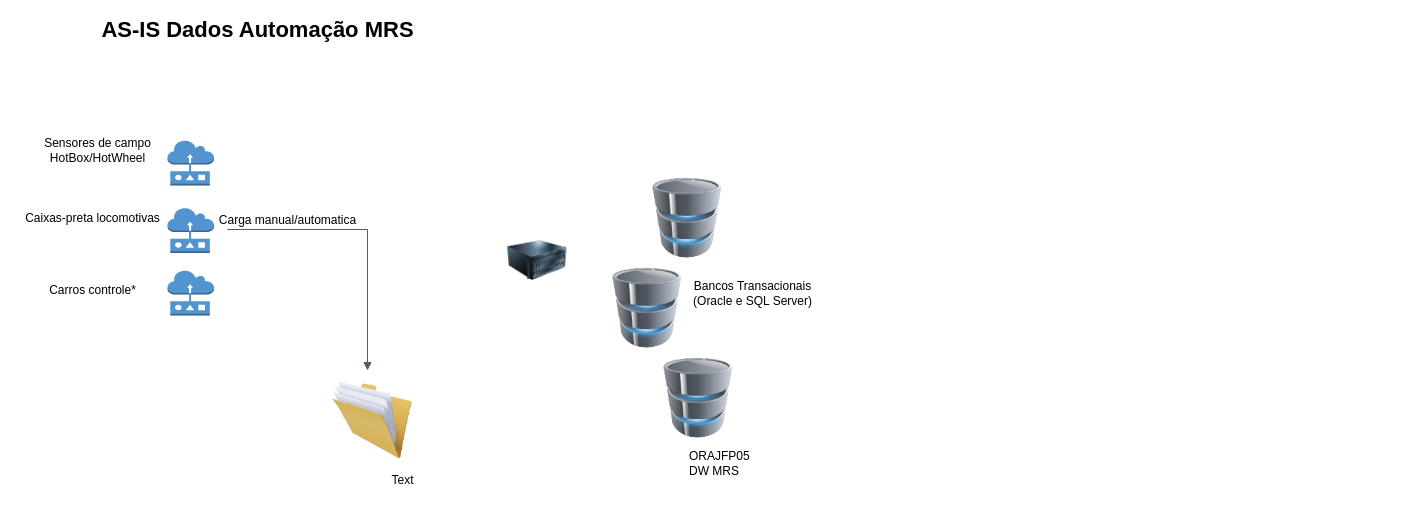
Earlier version of the draw.io diagram as_is_AUTOMACAO.drawio (rafaelr00/arquitetura). Source tidied: cells renumbered, new cells numbered last; positions are measured from the earlier drawing's top-left corner, leaving out a move shared by most shapes. Both pictures are drawn from the tidied source at 100%, with x=0, y=0 at pixel (17, 20).
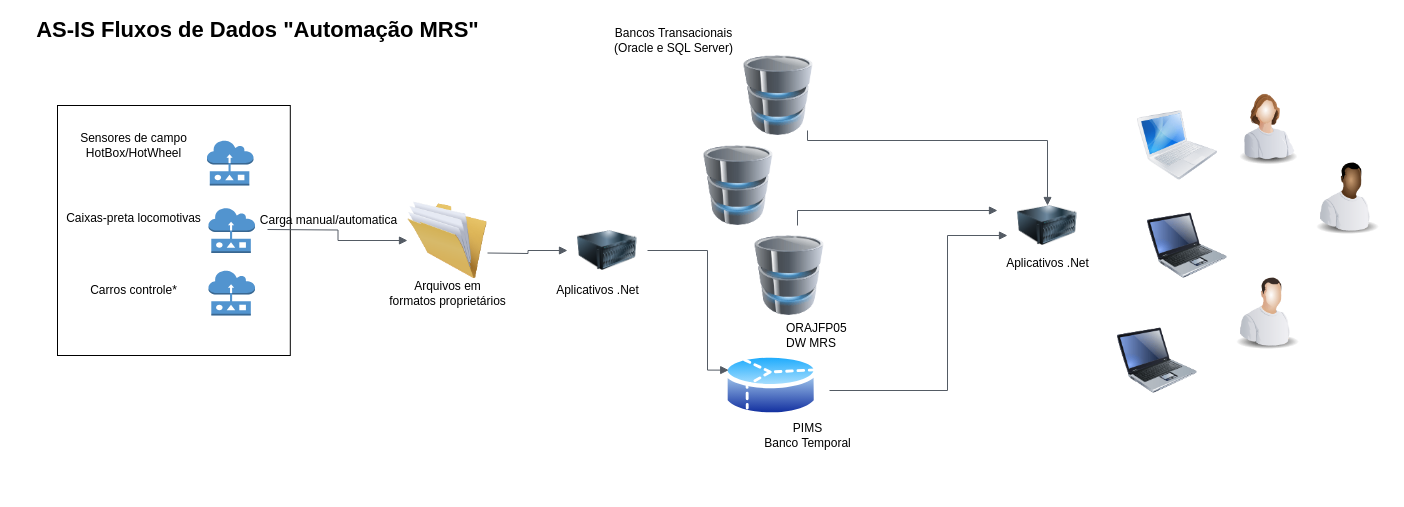
The same page after the edit.

Diff of the diagram source:
```diff
@@
+    <mxCell id="19" style="rounded=0;whiteSpace=wrap;html=1;align=left;" parent="1" vertex="1">
+      <mxGeometry x="40" y="85" width="232.8" height="250" as="geometry" />
+    </mxCell>
     <mxCell id="2" style="image;html=1;labelBackgroundColor=#ffffff;image=img/lib/clip_art/computers/Database_128x128.png;" parent="1" vertex="1">
-      <mxGeometry x="630" y="157.5" width="80" height="80" as="geometry" />
+      <mxGeometry x="721" y="35" width="80" height="80" as="geometry" />
     </mxCell>
     <mxCell id="3" style="image;html=1;labelBackgroundColor=#ffffff;image=img/lib/clip_art/computers/Database_128x128.png;" parent="1" vertex="1">
-      <mxGeometry x="590" y="247.5" width="80" height="80" as="geometry" />
+      <mxGeometry x="681" y="125" width="80" height="80" as="geometry" />
     </mxCell>
     <mxCell id="4" style="image;html=1;labelBackgroundColor=#ffffff;image=img/lib/clip_art/computers/Database_128x128.png;" parent="1" vertex="1">
-      <mxGeometry x="641" y="337.5" width="80" height="80" as="geometry" />
+      <mxGeometry x="732" y="215" width="80" height="80" as="geometry" />
     </mxCell>
-    <mxCell id="5" value="&lt;font size=&quot;1&quot;&gt;&lt;b style=&quot;font-size: 22px&quot;&gt;AS-IS Dados Automação MRS&lt;/b&gt;&lt;/font&gt;" style="text;html=1;align=center;verticalAlign=middle;fillColor=none;strokeColor=none;rounded=0;" parent="1" vertex="1">
-      <mxGeometry x="75" width="330" height="20" as="geometry" />
+    <mxCell id="5" value="&lt;font size=&quot;1&quot;&gt;&lt;b style=&quot;font-size: 22px&quot;&gt;AS-IS Fluxos de Dados &quot;Automação MRS&quot;&lt;/b&gt;&lt;/font&gt;" style="text;html=1;align=center;verticalAlign=middle;fillColor=none;strokeColor=none;rounded=0;" parent="1" vertex="1">
+      <mxGeometry x="10" width="460" height="20" as="geometry" />
     </mxCell>
     <mxCell id="6" value="ORAJFP05&lt;br&gt;DW MRS" style="text;html=1;align=left;verticalAlign=middle;fillColor=none;strokeColor=none;rounded=0;textDirection=ltr;" parent="1" vertex="1">
-      <mxGeometry x="670" y="427.5" width="80" height="30" as="geometry" />
+      <mxGeometry x="767" y="300" width="80" height="30" as="geometry" />
     </mxCell>
     <mxCell id="7" style="image;html=1;labelBackgroundColor=#ffffff;image=img/lib/clip_art/computers/Server_128x128.png;align=left;" parent="1" vertex="1">
-      <mxGeometry x="480" y="220" width="80" height="40" as="geometry" />
+      <mxGeometry x="550" y="210" width="80" height="40" as="geometry" />
     </mxCell>
     <mxCell id="8" style="image;html=1;labelBackgroundColor=#ffffff;image=img/lib/clip_art/general/Full_Folder_128x128.png;align=left;" parent="1" vertex="1">
-      <mxGeometry x="315" y="360" width="80" height="80" as="geometry" />
+      <mxGeometry x="390" y="180" width="80" height="80" as="geometry" />
     </mxCell>
     <mxCell id="9" value="Bancos Transacionais&lt;br&gt;(Oracle e SQL Server)" style="text;html=1;align=center;verticalAlign=middle;fillColor=none;strokeColor=none;rounded=0;" parent="1" vertex="1">
-      <mxGeometry x="670" y="257.5" width="130" height="30" as="geometry" />
+      <mxGeometry x="591" y="5" width="130" height="30" as="geometry" />
     </mxCell>
     <mxCell id="10" style="dashed=0;verticalLabelPosition=bottom;verticalAlign=top;align=center;html=1;shape=mxgraph.aws3.sensor;fillColor=#5294CF;gradientColor=none;" parent="1" vertex="1">
-      <mxGeometry x="150" y="120" width="46.5" height="45" as="geometry" />
+      <mxGeometry x="189.5" y="120" width="46.5" height="45" as="geometry" />
     </mxCell>
     <mxCell id="11" style="dashed=0;verticalLabelPosition=bottom;verticalAlign=top;align=center;html=1;shape=mxgraph.aws3.sensor;fillColor=#5294CF;gradientColor=none;" parent="1" vertex="1">
-      <mxGeometry x="150" y="187.5" width="46.5" height="45" as="geometry" />
+      <mxGeometry x="191" y="187.5" width="46.5" height="45" as="geometry" />
     </mxCell>
     <mxCell id="12" style="dashed=0;verticalLabelPosition=bottom;verticalAlign=top;align=center;html=1;shape=mxgraph.aws3.sensor;fillColor=#5294CF;gradientColor=none;" parent="1" vertex="1">
-      <mxGeometry x="150" y="250" width="46.5" height="45" as="geometry" />
+      <mxGeometry x="191" y="250" width="46.5" height="45" as="geometry" />
     </mxCell>
     <mxCell id="13" value="Sensores de campo&lt;br&gt;HotBox/HotWheel" style="text;html=1;align=center;verticalAlign=middle;fillColor=none;strokeColor=none;rounded=0;" parent="1" vertex="1">
-      <mxGeometry x="20" y="115" width="120" height="30" as="geometry" />
+      <mxGeometry x="56" y="110" width="120" height="30" as="geometry" />
     </mxCell>
     <mxCell id="14" value="Caixas-preta locomotivas" style="text;html=1;align=center;verticalAlign=middle;fillColor=none;strokeColor=none;rounded=0;" parent="1" vertex="1">
-      <mxGeometry y="187.5" width="150" height="20" as="geometry" />
+      <mxGeometry x="41" y="187.5" width="150" height="20" as="geometry" />
     </mxCell>
-    <mxCell id="15" style="edgeStyle=orthogonalEdgeStyle;html=1;endArrow=block;elbow=vertical;startArrow=none;endFill=1;strokeColor=#545B64;rounded=0;align=left;" parent="1" edge="1">
+    <mxCell id="15" style="edgeStyle=orthogonalEdgeStyle;html=1;endArrow=block;elbow=vertical;startArrow=none;endFill=1;strokeColor=#545B64;rounded=0;align=left;" parent="1" edge="1" target="8">
       <mxGeometry relative="1" as="geometry">
         <mxPoint x="250" y="209" as="sourcePoint" />
-        <mxPoint x="350" y="350" as="targetPoint" />
-        <Array as="points">
-          <mxPoint x="210" y="209" />
-          <mxPoint x="210" y="209" />
-        </Array>
       </mxGeometry>
     </mxCell>
     <mxCell id="16" value="Carros controle*" style="text;html=1;align=center;verticalAlign=middle;fillColor=none;strokeColor=none;rounded=0;" parent="1" vertex="1">
-      <mxGeometry x="25" y="260" width="100" height="20" as="geometry" />
+      <mxGeometry x="66" y="260" width="100" height="20" as="geometry" />
     </mxCell>
     <mxCell id="17" value="Carga manual/automatica" style="text;html=1;align=center;verticalAlign=middle;fillColor=none;strokeColor=none;rounded=0;" parent="1" vertex="1">
-      <mxGeometry x="195" y="190" width="150" height="20" as="geometry" />
+      <mxGeometry x="236" y="190" width="150" height="20" as="geometry" />
     </mxCell>
-    <mxCell id="18" value="Text" style="text;html=1;align=center;verticalAlign=middle;fillColor=none;strokeColor=none;rounded=0;" parent="1" vertex="1">
-      <mxGeometry x="365" y="450" width="40" height="20" as="geometry" />
+    <mxCell id="18" value="Arquivos em &lt;br&gt;formatos proprietários" style="text;html=1;align=center;verticalAlign=middle;fillColor=none;strokeColor=none;rounded=0;" parent="1" vertex="1">
+      <mxGeometry x="365" y="257.5" width="130" height="30" as="geometry" />
     </mxCell>
+    <mxCell id="20" value="Aplicativos .Net" style="text;html=1;align=center;verticalAlign=middle;fillColor=none;strokeColor=none;rounded=0;" parent="1" vertex="1">
+      <mxGeometry x="530" y="260" width="100" height="20" as="geometry" />
+    </mxCell>
+    <mxCell id="21" style="edgeStyle=orthogonalEdgeStyle;html=1;endArrow=block;elbow=vertical;startArrow=none;endFill=1;strokeColor=#545B64;rounded=0;align=left;" parent="1" edge="1" target="7">
+      <mxGeometry relative="1" as="geometry">
+        <mxPoint x="470" y="232.5" as="sourcePoint" />
+      </mxGeometry>
+    </mxCell>
+    <mxCell id="22" style="perimeter=ellipsePerimeter;html=1;align=center;shadow=0;dashed=0;spacingTop=3;image;image=img/lib/active_directory/database_partition_3.svg;" parent="1" vertex="1">
+      <mxGeometry x="706.4" y="330" width="94.6" height="70" as="geometry" />
+    </mxCell>
+    <mxCell id="23" value="PIMS&lt;br&gt;Banco Temporal" style="text;html=1;align=center;verticalAlign=middle;fillColor=none;strokeColor=none;rounded=0;" parent="1" vertex="1">
+      <mxGeometry x="740" y="400" width="100" height="30" as="geometry" />
+    </mxCell>
+    <mxCell id="24" style="edgeStyle=orthogonalEdgeStyle;html=1;endArrow=block;elbow=vertical;startArrow=none;endFill=1;strokeColor=#545B64;rounded=0;align=left;entryX=0;entryY=0.25;entryDx=0;entryDy=0;" parent="1" edge="1" source="7" target="22">
+      <mxGeometry relative="1" as="geometry">
+        <Array as="points">
+          <mxPoint x="690" y="230" />
+          <mxPoint x="690" y="350" />
+        </Array>
+      </mxGeometry>
+    </mxCell>
+    <mxCell id="25" style="image;html=1;labelBackgroundColor=#ffffff;image=img/lib/clip_art/computers/Server_128x128.png;align=left;" parent="1" vertex="1">
+      <mxGeometry x="990" y="185" width="80" height="40" as="geometry" />
+    </mxCell>
+    <mxCell id="26" value="Aplicativos .Net" style="text;html=1;align=center;verticalAlign=middle;fillColor=none;strokeColor=none;rounded=0;" parent="1" vertex="1">
+      <mxGeometry x="980" y="232.5" width="100" height="20" as="geometry" />
+    </mxCell>
+    <mxCell id="27" style="edgeStyle=orthogonalEdgeStyle;html=1;endArrow=block;elbow=vertical;startArrow=none;endFill=1;strokeColor=#545B64;rounded=0;align=left;" parent="1" edge="1" target="25">
+      <mxGeometry relative="1" as="geometry">
+        <mxPoint x="790" y="110" as="sourcePoint" />
+        <Array as="points">
+          <mxPoint x="790" y="120" />
+          <mxPoint x="1030" y="120" />
+        </Array>
+      </mxGeometry>
+    </mxCell>
+    <mxCell id="28" style="edgeStyle=orthogonalEdgeStyle;html=1;endArrow=block;elbow=vertical;startArrow=none;endFill=1;strokeColor=#545B64;rounded=0;align=left;entryX=0;entryY=0.75;entryDx=0;entryDy=0;" parent="1" edge="1" target="25">
+      <mxGeometry relative="1" as="geometry">
+        <mxPoint x="812" y="370" as="sourcePoint" />
+        <Array as="points">
+          <mxPoint x="930" y="370" />
+          <mxPoint x="930" y="215" />
+        </Array>
+      </mxGeometry>
+    </mxCell>
+    <mxCell id="29" style="edgeStyle=orthogonalEdgeStyle;html=1;endArrow=block;elbow=vertical;startArrow=none;endFill=1;strokeColor=#545B64;rounded=0;align=left;" parent="1" edge="1">
+      <mxGeometry relative="1" as="geometry">
+        <mxPoint x="780" y="205" as="sourcePoint" />
+        <mxPoint x="980" y="190" as="targetPoint" />
+        <Array as="points">
+          <mxPoint x="780" y="190" />
+        </Array>
+      </mxGeometry>
+    </mxCell>
+    <mxCell id="30" style="image;html=1;labelBackgroundColor=#ffffff;image=img/lib/clip_art/people/Worker_Black_128x128.png;align=left;" parent="1" vertex="1">
+      <mxGeometry x="1290" y="135" width="80" height="80" as="geometry" />
+    </mxCell>
+    <mxCell id="31" style="image;html=1;labelBackgroundColor=#ffffff;image=img/lib/clip_art/people/Worker_Man_128x128.png;align=left;" parent="1" vertex="1">
+      <mxGeometry x="1210" y="250" width="80" height="80" as="geometry" />
+    </mxCell>
+    <mxCell id="32" style="image;html=1;labelBackgroundColor=#ffffff;image=img/lib/clip_art/people/Worker_Woman_128x128.png;align=left;" parent="1" vertex="1">
+      <mxGeometry x="1210" y="65" width="80" height="80" as="geometry" />
+    </mxCell>
+    <mxCell id="33" style="image;html=1;labelBackgroundColor=#ffffff;image=img/lib/clip_art/computers/MacBook_128x128.png;align=left;" parent="1" vertex="1">
+      <mxGeometry x="1120" y="85" width="80" height="80" as="geometry" />
+    </mxCell>
+    <mxCell id="34" style="image;html=1;labelBackgroundColor=#ffffff;image=img/lib/clip_art/computers/Laptop_128x128.png;align=left;" parent="1" vertex="1">
+      <mxGeometry x="1130" y="185" width="80" height="80" as="geometry" />
+    </mxCell>
+    <mxCell id="35" style="image;html=1;labelBackgroundColor=#ffffff;image=img/lib/clip_art/computers/Laptop_128x128.png;align=left;" parent="1" vertex="1">
+      <mxGeometry x="1100" y="300" width="80" height="80" as="geometry" />
+    </mxCell>
```
